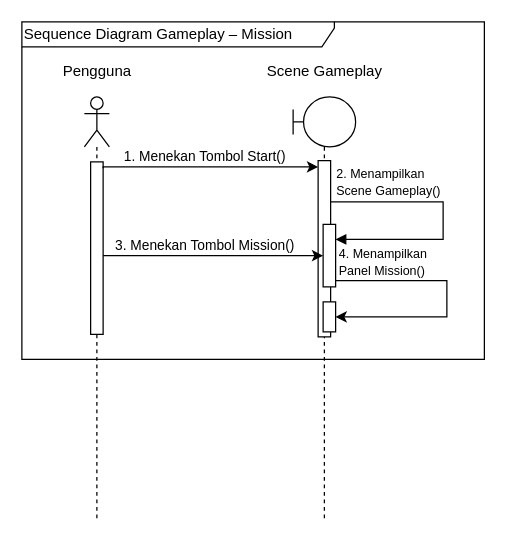
This is skripsi/skripsi/gambar/BAB III/Sequence Diagram/Sequence Diagram Gameplay – Mission.drawio from hako-975/UNPAM-File, a draw.io file, before an edit. Source tidied: cells renumbered, new cells numbered last; positions are measured from the earlier drawing's top-left corner, leaving out a move shared by most shapes. Both pictures are drawn from the tidied source at 125%, with x=0, y=0 at pixel (21, 21).
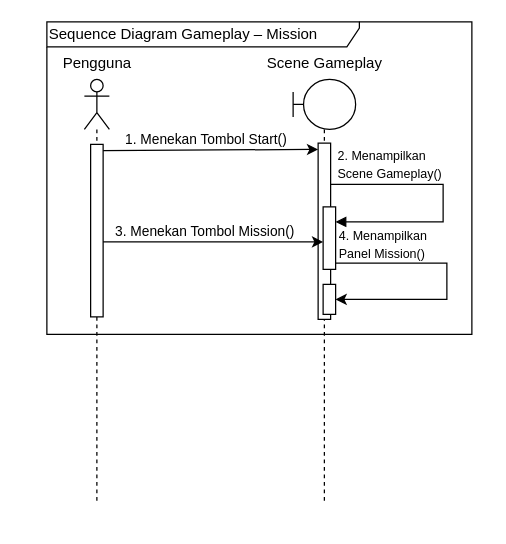
The same page after the edit.

Unchanged cells that the change refers to:
```xml
<mxCell id="3" style="html=1;points=[[0,0,0,0,5],[0,1,0,0,-5],[1,0,0,0,5],[1,1,0,0,-5]];perimeter=orthogonalPerimeter;outlineConnect=0;targetShapes=umlLifeline;portConstraint=eastwest;newEdgeStyle={&quot;curved&quot;:0,&quot;rounded&quot;:0};" parent="2" vertex="1">
  <mxGeometry x="5" y="52" width="10" height="138" as="geometry" />
</mxCell>
<mxCell id="7" style="html=1;points=[[0,0,0,0,5],[0,1,0,0,-5],[1,0,0,0,5],[1,1,0,0,-5]];perimeter=orthogonalPerimeter;outlineConnect=0;targetShapes=umlLifeline;portConstraint=eastwest;newEdgeStyle={&quot;curved&quot;:0,&quot;rounded&quot;:0};" parent="6" vertex="1">
  <mxGeometry x="20" y="51" width="10" height="141" as="geometry" />
</mxCell>
<mxCell id="10" style="html=1;points=[[0,0,0,0,5],[0,1,0,0,-5],[1,0,0,0,5],[1,1,0,0,-5]];perimeter=orthogonalPerimeter;outlineConnect=0;targetShapes=umlLifeline;portConstraint=eastwest;newEdgeStyle={&quot;curved&quot;:0,&quot;rounded&quot;:0};" parent="6" vertex="1">
  <mxGeometry x="24" y="102" width="10" height="50" as="geometry" />
</mxCell>
```

Change to the diagram source:
```diff
@@
     <mxCell id="2" value="&lt;div&gt;&lt;/div&gt;" style="shape=umlLifeline;perimeter=lifelinePerimeter;whiteSpace=wrap;html=1;newEdgeStyle={&quot;curved&quot;:0,&quot;rounded&quot;:0};participant=umlActor;size=40;" parent="1" vertex="1">
-      <mxGeometry x="50" y="60" width="20" height="340" as="geometry" />
+      <mxGeometry x="50" y="46" width="20" height="340" as="geometry" />
     </mxCell>
@@
     <mxCell id="4" value="&lt;div&gt;Pengguna&lt;/div&gt;" style="text;html=1;align=center;verticalAlign=middle;strokeColor=none;fillColor=none;" parent="1" vertex="1">
-      <mxGeometry x="20" y="25" width="80" height="30" as="geometry" />
+      <mxGeometry x="20" y="18" width="80" height="30" as="geometry" />
     </mxCell>
     <mxCell id="5" value="Sequence Diagram Gameplay – Mission" style="shape=umlFrame;whiteSpace=wrap;html=1;width=250;height=20;align=left;" parent="1" vertex="1">
-      <mxGeometry width="370" height="270" as="geometry" />
+      <mxGeometry x="20" width="340" height="250" as="geometry" />
     </mxCell>
     <mxCell id="6" style="shape=umlLifeline;perimeter=lifelinePerimeter;whiteSpace=wrap;html=1;newEdgeStyle={&quot;curved&quot;:0,&quot;rounded&quot;:0};participant=umlBoundary;" parent="1" vertex="1">
-      <mxGeometry x="217" y="60" width="50" height="339" as="geometry" />
+      <mxGeometry x="217" y="46" width="50" height="339" as="geometry" />
     </mxCell>
@@
     <mxCell id="12" value="&lt;div&gt;Scene Gameplay&lt;/div&gt;" style="text;html=1;align=center;verticalAlign=middle;strokeColor=none;fillColor=none;" parent="1" vertex="1">
-      <mxGeometry x="182" y="25" width="120" height="30" as="geometry" />
+      <mxGeometry x="182" y="18" width="120" height="30" as="geometry" />
     </mxCell>
-    <mxCell id="13" style="edgeStyle=orthogonalEdgeStyle;rounded=0;jettySize=auto;html=1;curved=0;entryX=0;entryY=0;entryDx=0;entryDy=5;entryPerimeter=0;exitX=1;exitY=0;exitDx=0;exitDy=5;exitPerimeter=0;" parent="1" edge="1" source="3" target="7">
-      <mxGeometry relative="1" as="geometry">
-        <Array as="points">
-          <mxPoint x="65" y="116" />
-        </Array>
-      </mxGeometry>
+    <mxCell id="13" style="rounded=0;jettySize=auto;html=1;entryX=0;entryY=0;entryDx=0;entryDy=5;entryPerimeter=0;exitX=1;exitY=0;exitDx=0;exitDy=5;exitPerimeter=0;" parent="1" edge="1" source="3" target="7">
+      <mxGeometry relative="1" as="geometry" />
     </mxCell>
@@
-    <mxCell id="16" style="edgeStyle=orthogonalEdgeStyle;rounded=0;jettySize=auto;html=1;curved=0;" parent="1" edge="1" source="3" target="10">
+    <mxCell id="16" style="edgeStyle=orthogonalEdgeStyle;rounded=0;orthogonalLoop=1;jettySize=auto;html=1;curved=0;" parent="1" edge="1">
       <mxGeometry relative="1" as="geometry">
+        <mxPoint x="65" y="176" as="sourcePoint" />
+        <mxPoint x="241" y="176" as="targetPoint" />
         <Array as="points">
-          <mxPoint x="110" y="187" />
-          <mxPoint x="110" y="187" />
+          <mxPoint x="110" y="176" />
+          <mxPoint x="110" y="176" />
         </Array>
       </mxGeometry>
     </mxCell>
     <mxCell id="17" value="3. Menekan Tombol Mission()" style="edgeLabel;html=1;align=left;verticalAlign=middle;" parent="1" vertex="1">
-      <mxGeometry x="73" y="178" as="geometry" />
+      <mxGeometry x="73" y="167" as="geometry" />
     </mxCell>
     <mxCell id="18" value="&lt;span style=&quot;font-size: 10px;&quot;&gt;4. Menampilkan&amp;nbsp;&lt;/span&gt;&lt;div&gt;&lt;span style=&quot;font-size: 10px;&quot;&gt;Panel Mission&lt;/span&gt;&lt;span style=&quot;font-size: 10px;&quot;&gt;()&lt;/span&gt;&lt;/div&gt;" style="edgeLabel;html=1;align=left;verticalAlign=middle;" parent="1" vertex="1">
-      <mxGeometry x="252" y="191" as="geometry" />
+      <mxGeometry x="252" y="177" as="geometry" />
     </mxCell>
```
